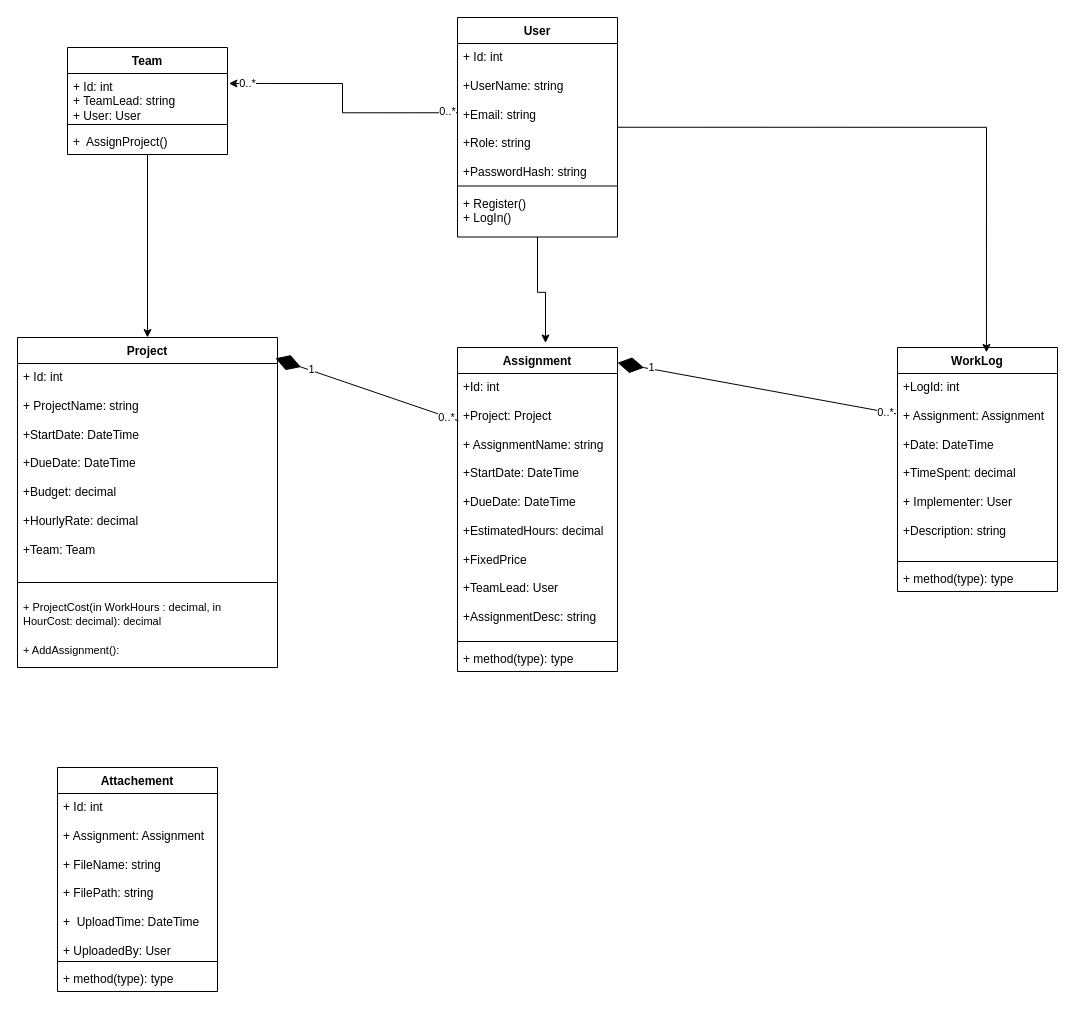
Above: Untitled Diagram.drawio in MarkusK188/Programmeerimine2 (draw.io), before the change. Source tidied: cells renumbered, new cells numbered last; positions are measured from the earlier drawing's top-left corner, leaving out a move shared by most shapes. Both pictures are drawn from the tidied source at 100%, with x=0, y=0 at pixel (17, 17).
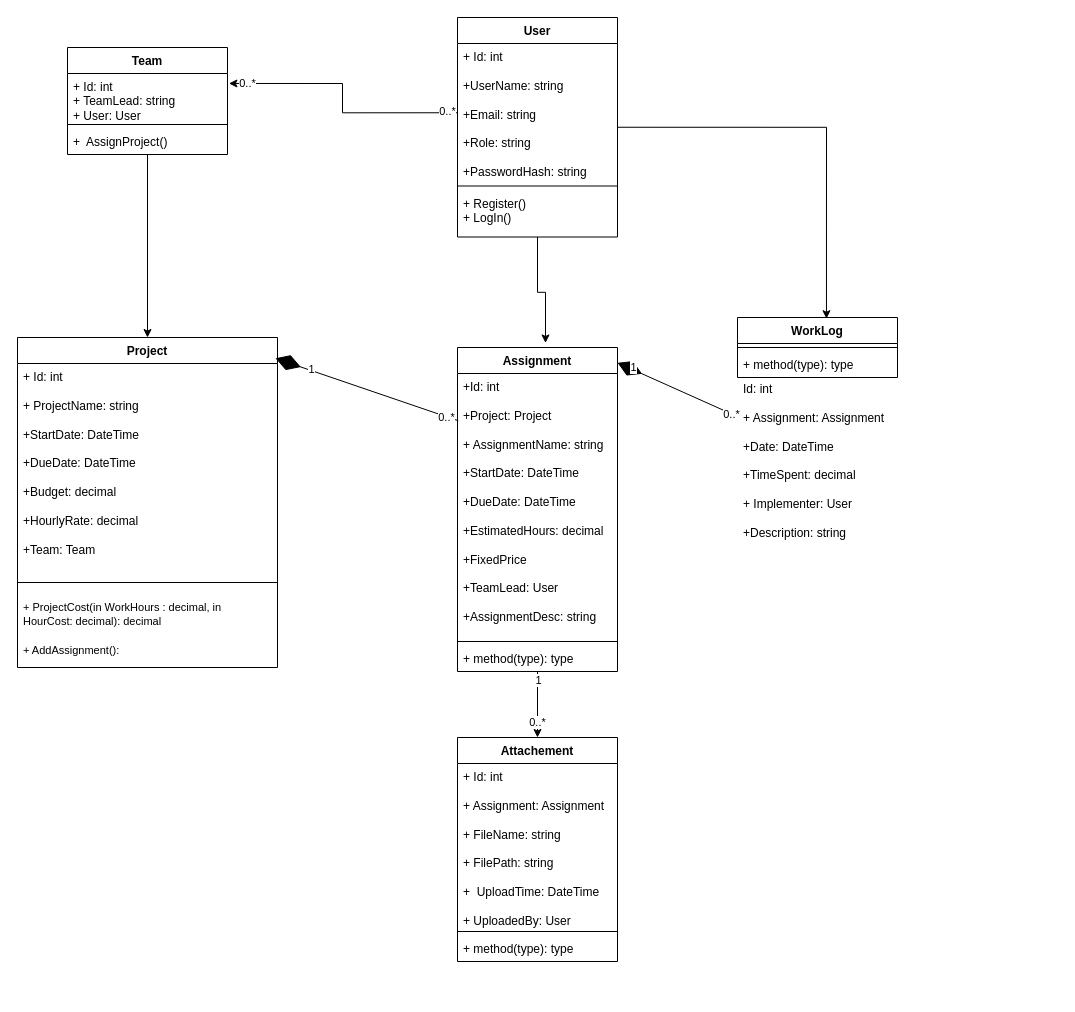
After the change.

The change refers to these unchanged cells:
```xml
<mxCell id="6" value="Assignment" style="swimlane;fontStyle=1;align=center;verticalAlign=top;horizontal=1;startSize=26;whiteSpace=wrap;html=1;" parent="1" vertex="1">
  <mxGeometry x="440" y="330" width="160" height="324" as="geometry" />
</mxCell>
```

What changed in the source:
```diff
@@
+    <mxCell id="38" style="edgeStyle=orthogonalEdgeStyle;rounded=0;jettySize=auto;html=1;entryX=0.5;entryY=0;entryDx=0;entryDy=0;" parent="1" edge="1" source="6" target="34">
+      <mxGeometry relative="1" as="geometry" />
+    </mxCell>
+    <mxCell id="39" value="1" style="edgeLabel;html=1;align=center;verticalAlign=middle;" parent="38" vertex="1">
+      <mxGeometry x="-0.75" relative="1" as="geometry" />
+    </mxCell>
+    <mxCell id="40" value="0..*" style="edgeLabel;html=1;align=center;verticalAlign=middle;" parent="38" vertex="1">
+      <mxGeometry x="0.51" y="-1" relative="1" as="geometry" />
+    </mxCell>
@@
     <mxCell id="10" value="WorkLog" style="swimlane;fontStyle=1;align=center;verticalAlign=top;horizontal=1;startSize=26;whiteSpace=wrap;html=1;" parent="1" vertex="1">
-      <mxGeometry x="880" y="330" width="160" height="244" as="geometry" />
+      <mxGeometry x="720" y="300" width="160" height="60" as="geometry" />
     </mxCell>
-    <mxCell id="11" value="&lt;div&gt;+LogId: int&lt;/div&gt;&lt;div&gt;&lt;br&gt;&lt;/div&gt;&lt;div&gt;+ Assignment: Assignment&lt;/div&gt;&lt;div&gt;&lt;br&gt;&lt;/div&gt;+Date: DateTime&lt;div&gt;&lt;br&gt;&lt;div&gt;+TimeSpent: decimal&lt;/div&gt;&lt;div&gt;&lt;br&gt;&lt;/div&gt;&lt;div&gt;+ Implementer: User&lt;/div&gt;&lt;div&gt;&lt;br&gt;&lt;/div&gt;&lt;div&gt;+Description: string&lt;/div&gt;&lt;/div&gt;" style="text;strokeColor=none;fillColor=none;align=left;verticalAlign=top;spacingLeft=4;spacingRight=4;overflow=hidden;points=[[0,0.5],[1,0.5]];portConstraint=eastwest;whiteSpace=wrap;html=1;" parent="10" vertex="1">
-      <mxGeometry y="26" width="160" height="184" as="geometry" />
-    </mxCell>
     <mxCell id="12" style="line;strokeWidth=1;fillColor=none;align=left;verticalAlign=middle;spacingTop=-1;spacingLeft=3;spacingRight=3;labelPosition=right;strokeColor=inherit;" parent="10" vertex="1">
-      <mxGeometry y="210" width="160" height="8" as="geometry" />
+      <mxGeometry y="26" width="160" height="8" as="geometry" />
     </mxCell>
     <mxCell id="13" value="+ method(type): type" style="text;strokeColor=none;fillColor=none;align=left;verticalAlign=top;spacingLeft=4;spacingRight=4;overflow=hidden;whiteSpace=wrap;html=1;" parent="10" vertex="1">
-      <mxGeometry y="218" width="160" height="26" as="geometry" />
+      <mxGeometry y="34" width="160" height="26" as="geometry" />
     </mxCell>
@@
     <mxCell id="34" value="Attachement&lt;div&gt;&lt;br&gt;&lt;/div&gt;" style="swimlane;fontStyle=1;align=center;verticalAlign=top;horizontal=1;startSize=26;whiteSpace=wrap;html=1;" parent="1" vertex="1">
-      <mxGeometry x="40" y="750" width="160" height="224" as="geometry" />
+      <mxGeometry x="440" y="720" width="160" height="224" as="geometry" />
     </mxCell>
@@
+    <mxCell id="11" value="&lt;div&gt;Id: int&lt;/div&gt;&lt;div&gt;&lt;br&gt;&lt;/div&gt;&lt;div&gt;+ Assignment: Assignment&lt;/div&gt;&lt;div&gt;&lt;br&gt;&lt;/div&gt;+Date: DateTime&lt;div&gt;&lt;br&gt;&lt;div&gt;+TimeSpent: decimal&lt;/div&gt;&lt;div&gt;&lt;br&gt;&lt;/div&gt;&lt;div&gt;+ Implementer: User&lt;/div&gt;&lt;div&gt;&lt;br&gt;&lt;/div&gt;&lt;div&gt;+Description: string&lt;/div&gt;&lt;/div&gt;" style="text;strokeColor=none;fillColor=none;align=left;verticalAlign=top;spacingLeft=4;spacingRight=4;overflow=hidden;points=[[0,0.5],[1,0.5]];portConstraint=eastwest;whiteSpace=wrap;html=1;" parent="1" vertex="1">
+      <mxGeometry x="720" y="358" width="160" height="184" as="geometry" />
+    </mxCell>
```
